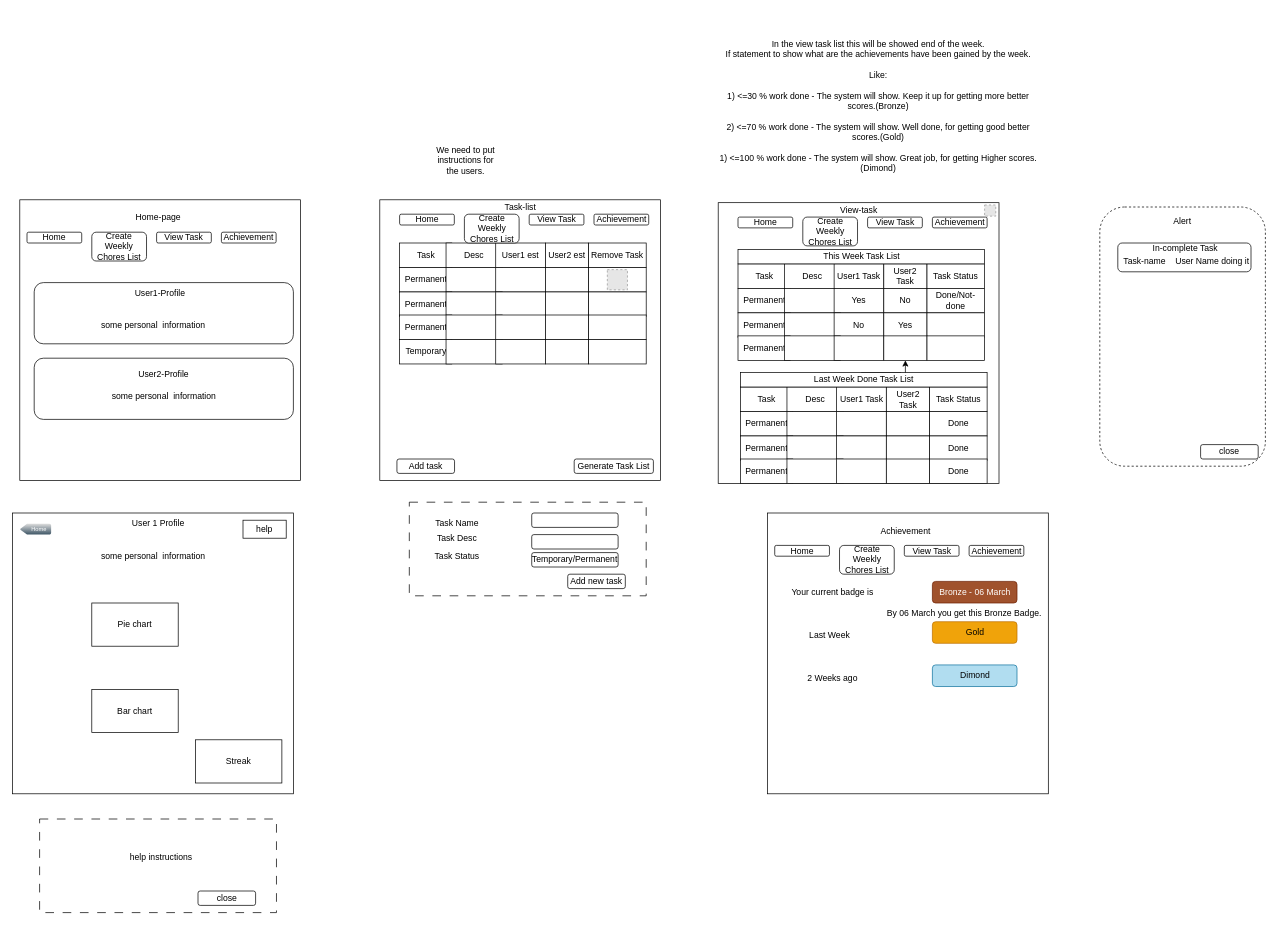
This is missions/GUI/Untitled.drawio from ray66han/SW-Etal-Grp-Work, a draw.io file, before an edit. Source tidied: cells renumbered, new cells numbered last; positions are measured from the earlier drawing's top-left corner, leaving out a move shared by most shapes. Both pictures are drawn from the tidied source at 72%, with x=0, y=0 at pixel (12, 12). Pictures stored in the file or linked from it are replaced by grey dashed boxes.
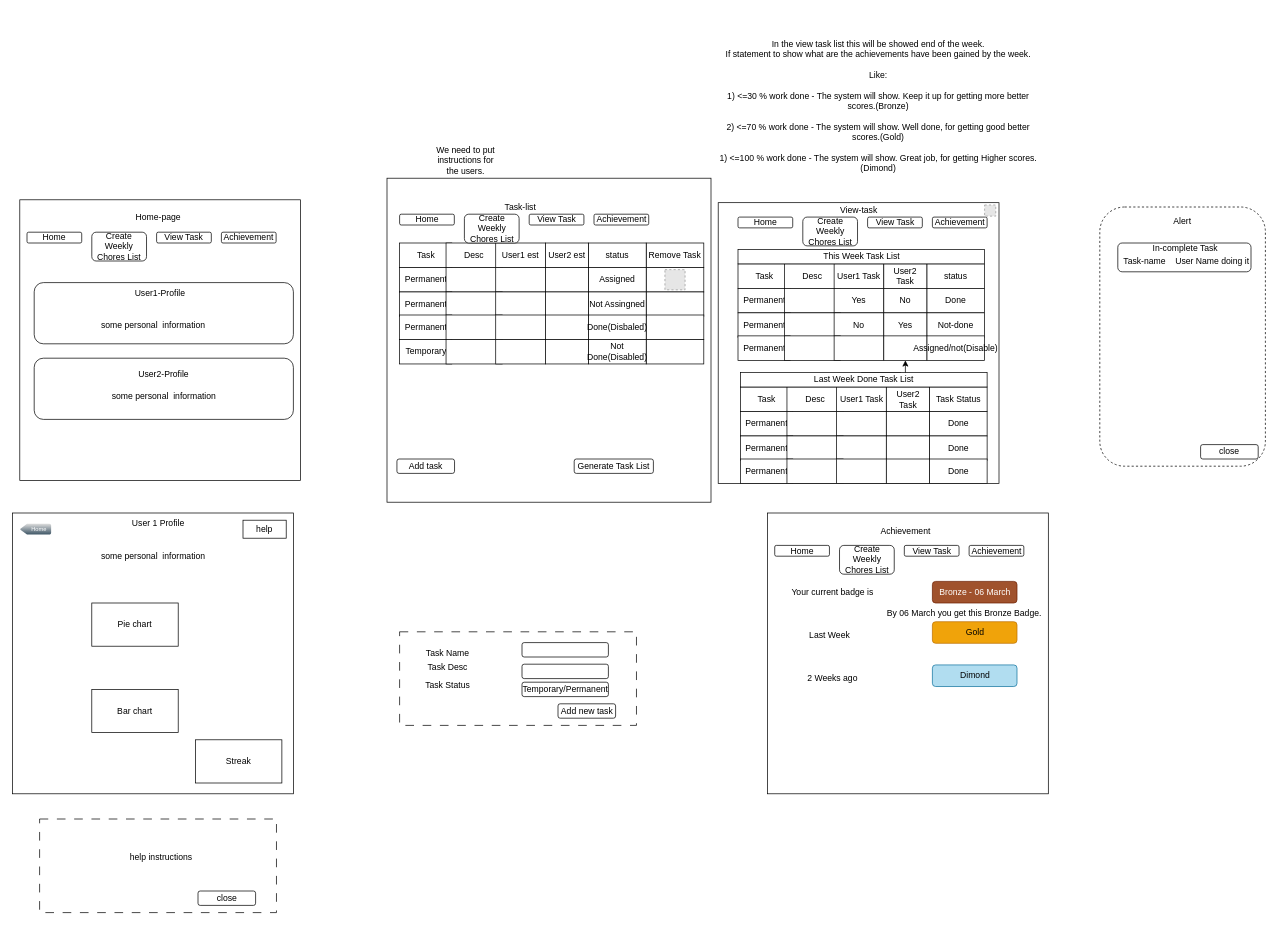
The same page after the edit.

Diff of the diagram source:
```diff
@@
     <mxCell id="3" style="whiteSpace=wrap;html=1;" parent="1" vertex="1">
-      <mxGeometry x="510" y="260" width="390" height="390" as="geometry" />
+      <mxGeometry x="520" y="230" width="450" height="450" as="geometry" />
     </mxCell>
@@
     <mxCell id="10" value="Remove Task" style="rounded=0;whiteSpace=wrap;html=1;" parent="1" vertex="1">
-      <mxGeometry x="800" y="320" width="80" height="34" as="geometry" />
+      <mxGeometry x="880" y="320" width="80" height="34" as="geometry" />
     </mxCell>
@@
     <mxCell id="15" style="rounded=0;whiteSpace=wrap;html=1;" parent="1" vertex="1">
-      <mxGeometry x="800" y="354" width="80" height="34" as="geometry" />
+      <mxGeometry x="880" y="354" width="80" height="34" as="geometry" />
     </mxCell>
@@
     <mxCell id="20" style="rounded=0;whiteSpace=wrap;html=1;" parent="1" vertex="1">
-      <mxGeometry x="800" y="388" width="80" height="34" as="geometry" />
+      <mxGeometry x="880" y="388" width="80" height="34" as="geometry" />
     </mxCell>
@@
     <mxCell id="25" style="rounded=0;whiteSpace=wrap;html=1;" parent="1" vertex="1">
-      <mxGeometry x="800" y="420" width="80" height="34" as="geometry" />
+      <mxGeometry x="880" y="420" width="80" height="34" as="geometry" />
     </mxCell>
     <mxCell id="26" style="fillColor=#E6E6E6;strokeColor=#999999;dashed=1;html=1;verticalAlign=top;verticalLabelPosition=bottom;labelBackgroundColor=#ffffff;" parent="1" vertex="1">
-      <mxGeometry x="826" y="357" width="28" height="28" as="geometry" />
+      <mxGeometry x="906" y="357" width="28" height="28" as="geometry" />
     </mxCell>
@@
     <mxCell id="28" style="rounded=0;whiteSpace=wrap;html=1;dashed=1;dashPattern=12 12;" parent="1" vertex="1">
-      <mxGeometry x="551" y="680" width="329" height="130" as="geometry" />
+      <mxGeometry x="537.5" y="860" width="329" height="130" as="geometry" />
     </mxCell>
     <mxCell id="29" style="rounded=1;whiteSpace=wrap;html=1;" parent="1" vertex="1">
-      <mxGeometry x="721" y="725" width="120" height="20" as="geometry" />
+      <mxGeometry x="707.5" y="905" width="120" height="20" as="geometry" />
     </mxCell>
     <mxCell id="30" style="rounded=1;whiteSpace=wrap;html=1;" parent="1" vertex="1">
-      <mxGeometry x="721" y="695" width="120" height="20" as="geometry" />
+      <mxGeometry x="707.5" y="875" width="120" height="20" as="geometry" />
     </mxCell>
     <mxCell id="31" value="Task Name" style="text;html=1;strokeColor=none;fillColor=none;align=center;verticalAlign=middle;whiteSpace=wrap;rounded=0;" parent="1" vertex="1">
-      <mxGeometry x="561" y="695" width="112.5" height="30" as="geometry" />
+      <mxGeometry x="547.5" y="875" width="112.5" height="30" as="geometry" />
     </mxCell>
     <mxCell id="32" value="Task Desc" style="text;html=1;strokeColor=none;fillColor=none;align=center;verticalAlign=middle;whiteSpace=wrap;rounded=0;" parent="1" vertex="1">
-      <mxGeometry x="561" y="715" width="112.5" height="30" as="geometry" />
+      <mxGeometry x="547.5" y="895" width="112.5" height="30" as="geometry" />
     </mxCell>
     <mxCell id="33" value="Add new task" style="rounded=1;whiteSpace=wrap;html=1;" parent="1" vertex="1">
-      <mxGeometry x="771" y="780" width="80" height="20" as="geometry" />
+      <mxGeometry x="757.5" y="960" width="80" height="20" as="geometry" />
     </mxCell>
@@
     <mxCell id="38" style="rounded=0;whiteSpace=wrap;html=1;" parent="1" vertex="1">
-      <mxGeometry x="800" y="454" width="80" height="34" as="geometry" />
+      <mxGeometry x="880" y="454" width="80" height="34" as="geometry" />
     </mxCell>
@@
     <mxCell id="48" value="Task Status" style="text;html=1;strokeColor=none;fillColor=none;align=center;verticalAlign=middle;whiteSpace=wrap;rounded=0;" parent="1" vertex="1">
-      <mxGeometry x="561" y="740" width="112.5" height="30" as="geometry" />
+      <mxGeometry x="547.5" y="920" width="112.5" height="30" as="geometry" />
     </mxCell>
     <mxCell id="49" value="Temporary/Permanent" style="rounded=1;whiteSpace=wrap;html=1;" parent="1" vertex="1">
-      <mxGeometry x="721" y="750" width="120" height="20" as="geometry" />
+      <mxGeometry x="707.5" y="930" width="120" height="20" as="geometry" />
     </mxCell>
@@
-    <mxCell id="72" value="Task Status" style="rounded=0;whiteSpace=wrap;html=1;" parent="1" vertex="1">
+    <mxCell id="72" value="status" style="rounded=0;whiteSpace=wrap;html=1;" parent="1" vertex="1">
       <mxGeometry x="1270" y="349" width="80" height="34" as="geometry" />
     </mxCell>
@@
-    <mxCell id="77" value="Done/Not-done" style="rounded=0;whiteSpace=wrap;html=1;" parent="1" vertex="1">
+    <mxCell id="77" value="Done" style="rounded=0;whiteSpace=wrap;html=1;" parent="1" vertex="1">
       <mxGeometry x="1270" y="383" width="80" height="34" as="geometry" />
     </mxCell>
@@
-    <mxCell id="82" style="rounded=0;whiteSpace=wrap;html=1;" parent="1" vertex="1">
+    <mxCell id="82" value="Not-done" style="rounded=0;whiteSpace=wrap;html=1;" parent="1" vertex="1">
       <mxGeometry x="1270" y="417" width="80" height="34" as="geometry" />
     </mxCell>
@@
-    <mxCell id="87" style="rounded=0;whiteSpace=wrap;html=1;" parent="1" vertex="1">
+    <mxCell id="87" value="Assigned/not(Disable)" style="rounded=0;whiteSpace=wrap;html=1;" parent="1" vertex="1">
       <mxGeometry x="1270" y="449" width="80" height="34" as="geometry" />
     </mxCell>
@@
+    <mxCell id="139" value="status" style="rounded=0;whiteSpace=wrap;html=1;" parent="1" vertex="1">
+      <mxGeometry x="800" y="320" width="80" height="34" as="geometry" />
+    </mxCell>
+    <mxCell id="140" value="Assigned" style="rounded=0;whiteSpace=wrap;html=1;" parent="1" vertex="1">
+      <mxGeometry x="800" y="354" width="80" height="34" as="geometry" />
+    </mxCell>
+    <mxCell id="141" value="Not Assingned" style="rounded=0;whiteSpace=wrap;html=1;" parent="1" vertex="1">
+      <mxGeometry x="800" y="388" width="80" height="34" as="geometry" />
+    </mxCell>
+    <mxCell id="142" value="Done(Disbaled)" style="rounded=0;whiteSpace=wrap;html=1;" parent="1" vertex="1">
+      <mxGeometry x="800" y="420" width="80" height="34" as="geometry" />
+    </mxCell>
+    <mxCell id="143" value="Not Done(Disabled)" style="rounded=0;whiteSpace=wrap;html=1;" parent="1" vertex="1">
+      <mxGeometry x="800" y="454" width="80" height="34" as="geometry" />
+    </mxCell>
```
